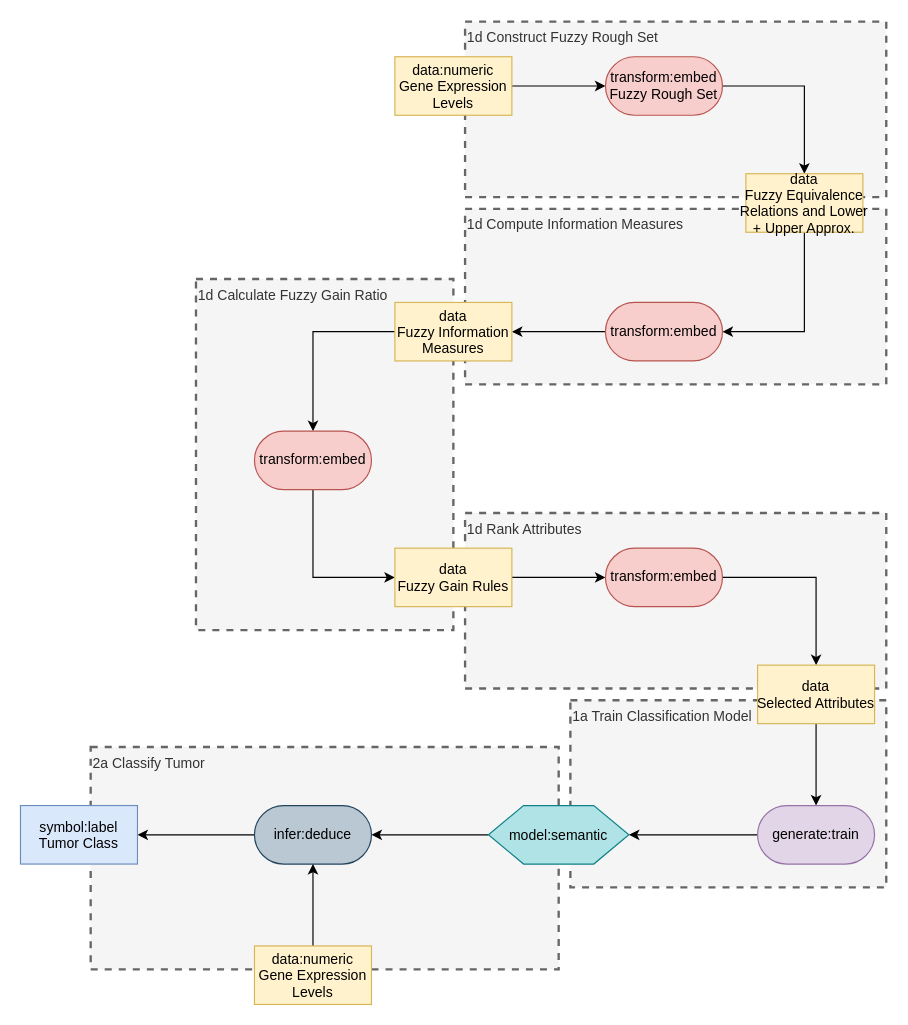
Above: medical patterns to boxologies/Rules influence ML Training (RMLT)/Attribute selection based on information gain ratio in fuzzy rough set theory with application to tumor classification.drawio in zonnesmit/thesis (draw.io), before the change. Source tidied: cells renumbered, new cells numbered last; positions are measured from the earlier drawing's top-left corner, leaving out a move shared by most shapes. Both pictures are drawn from the tidied source at 117%, with x=0, y=0 at pixel (20, 21).
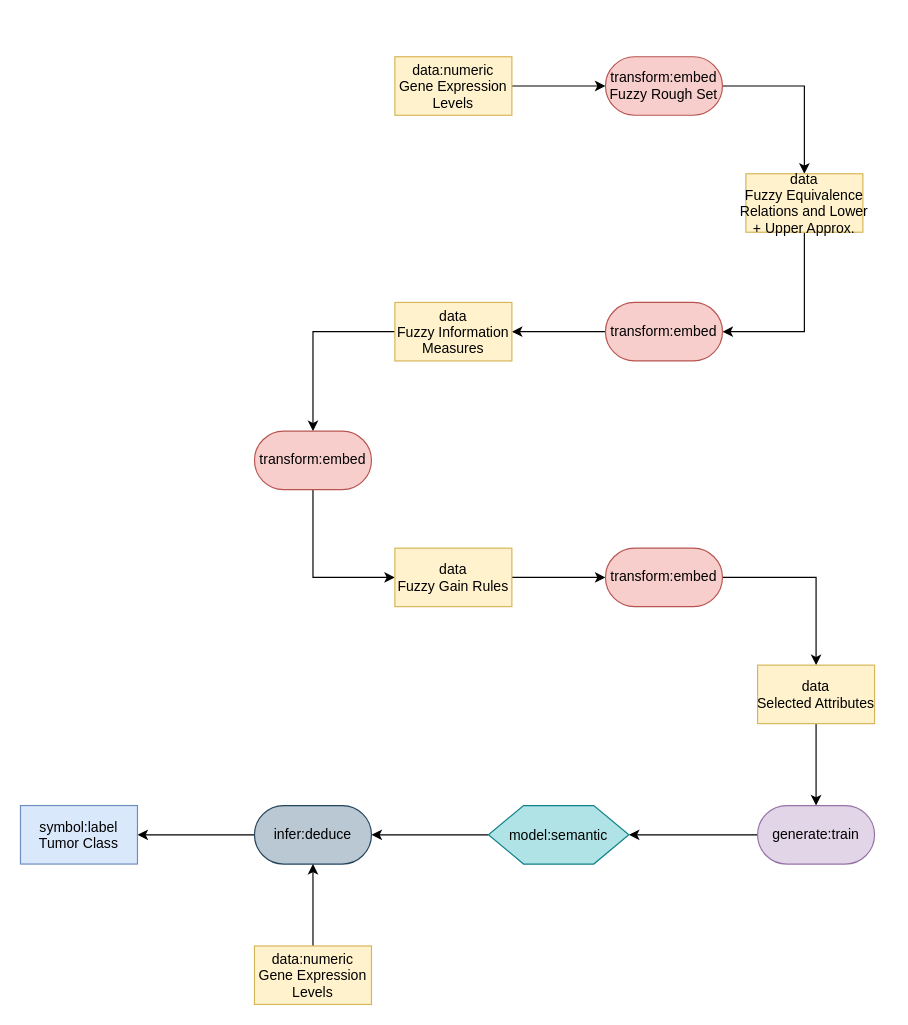
The same page after the edit.

The edit, as a diff of the source:
```diff
@@
-    <mxCell id="2" value="2a Classify Tumor" style="text;html=1;align=left;verticalAlign=top;whiteSpace=wrap;rounded=0;dashed=1;fillColor=#f5f5f5;fontColor=#333333;strokeColor=#666666;strokeWidth=2;" parent="1" vertex="1">
-      <mxGeometry x="60" y="620" width="400" height="190" as="geometry" />
-    </mxCell>
-    <mxCell id="3" value="1a Train Classification Model" style="text;html=1;align=left;verticalAlign=top;whiteSpace=wrap;rounded=0;dashed=1;fillColor=#f5f5f5;fontColor=#333333;strokeColor=#666666;strokeWidth=2;" parent="1" vertex="1">
-      <mxGeometry x="470" y="580" width="270" height="160" as="geometry" />
-    </mxCell>
-    <mxCell id="4" value="1d Rank Attributes" style="text;html=1;align=left;verticalAlign=top;whiteSpace=wrap;rounded=0;dashed=1;fillColor=#f5f5f5;fontColor=#333333;strokeColor=#666666;strokeWidth=2;" parent="1" vertex="1">
-      <mxGeometry x="380" y="420" width="360" height="150" as="geometry" />
-    </mxCell>
-    <mxCell id="5" value="1d Calculate Fuzzy Gain Ratio" style="text;html=1;align=left;verticalAlign=top;whiteSpace=wrap;rounded=0;dashed=1;fillColor=#f5f5f5;fontColor=#333333;strokeColor=#666666;strokeWidth=2;" parent="1" vertex="1">
-      <mxGeometry x="150" y="220" width="220" height="300" as="geometry" />
-    </mxCell>
-    <mxCell id="6" value="1d Compute Information Measures" style="text;html=1;align=left;verticalAlign=top;whiteSpace=wrap;rounded=0;dashed=1;fillColor=#f5f5f5;fontColor=#333333;strokeColor=#666666;strokeWidth=2;" parent="1" vertex="1">
-      <mxGeometry x="380" y="160" width="360" height="150" as="geometry" />
-    </mxCell>
-    <mxCell id="7" value="1d Construct Fuzzy Rough Set" style="text;html=1;align=left;verticalAlign=top;whiteSpace=wrap;rounded=0;dashed=1;fillColor=#f5f5f5;fontColor=#333333;strokeColor=#666666;strokeWidth=2;" parent="1" vertex="1">
-      <mxGeometry x="380" width="360" height="150" as="geometry" />
-    </mxCell>
```
